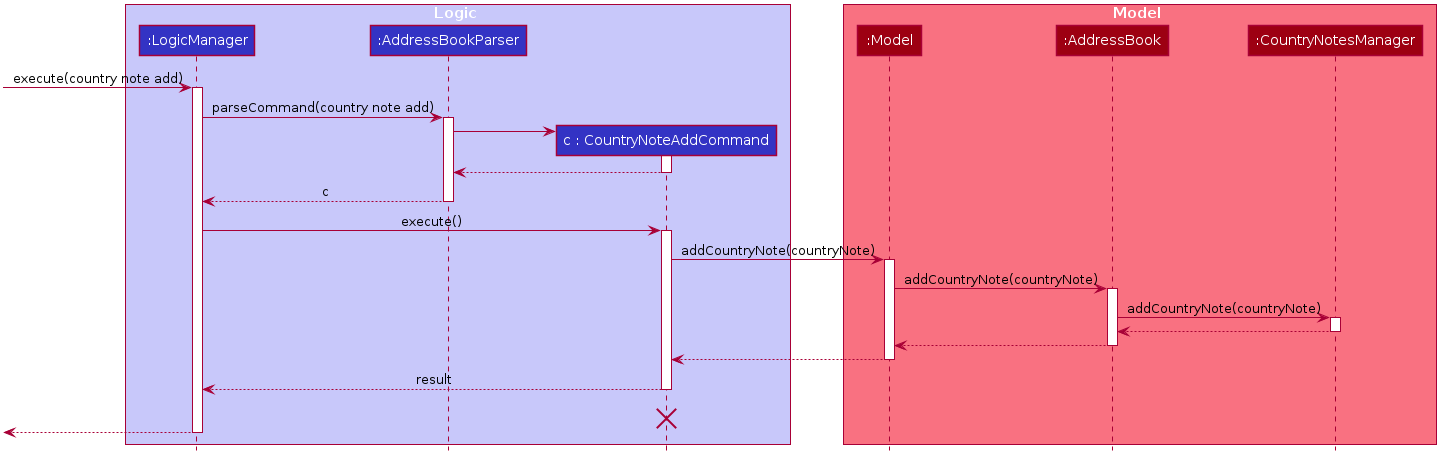
This is docs/images/CountryNoteAddSeqDiag.png from tankangliang/tp, a PlantUML export, as it was before one commit.
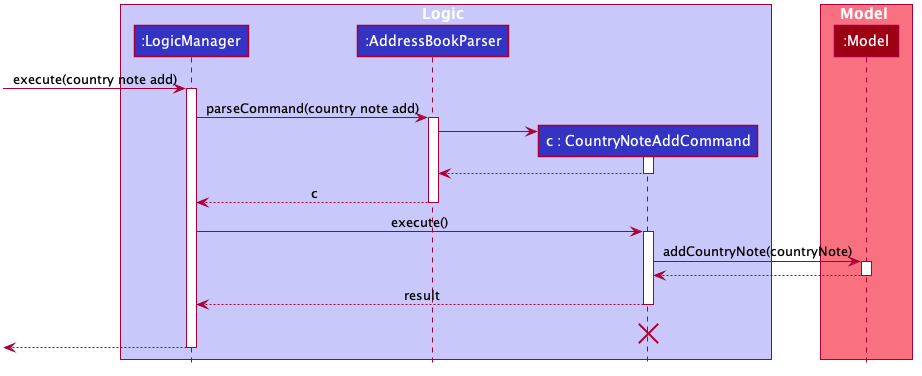
Above is the later version.

Commit message:
Reduce seq diag size

The edit, as a diff of the source:
```diff
@@ -56,8 +56,6 @@
 
 box Model #F97181
 participant ":Model" as Model #9D0012
-participant ":AddressBook" as AddressBook #9D0012
-participant ":CountryNotesManager" as CountryNotesManager #9D0012
 end box
 [-> LogicManager : execute(country note add)
 activate LogicManager
@@ -81,18 +79,6 @@
 CountryNoteAddCommand -> Model : addCountryNote(countryNote)
 activate Model
 
-Model -> AddressBook : addCountryNote(countryNote)
-activate AddressBook
-
-AddressBook -> CountryNotesManager : addCountryNote(countryNote)
-activate CountryNotesManager
-
-CountryNotesManager --> AddressBook
-deactivate CountryNotesManager
-
-AddressBook --> Model
-deactivate AddressBook
-
 Model --> CountryNoteAddCommand
 deactivate Model
 
```
